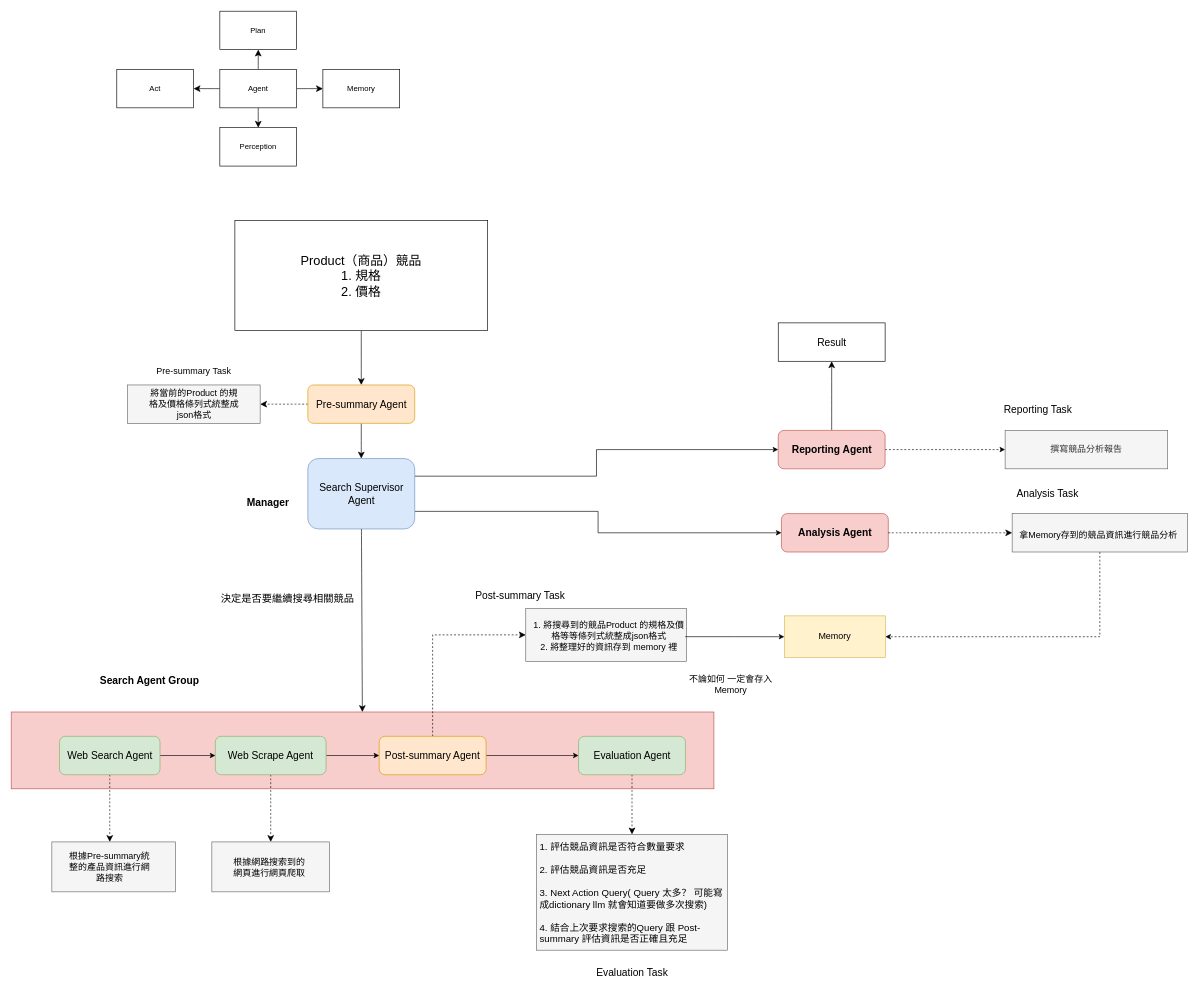
Before: 架構圖/未命名绘图.drawio in YChaoWang/Drawio_backup, a draw.io diagram. Source tidied: cells renumbered, new cells numbered last; positions are measured from the earlier drawing's top-left corner, leaving out a move shared by most shapes. Both pictures are drawn from the tidied source at 64%, with x=0, y=0 at pixel (11, 11).
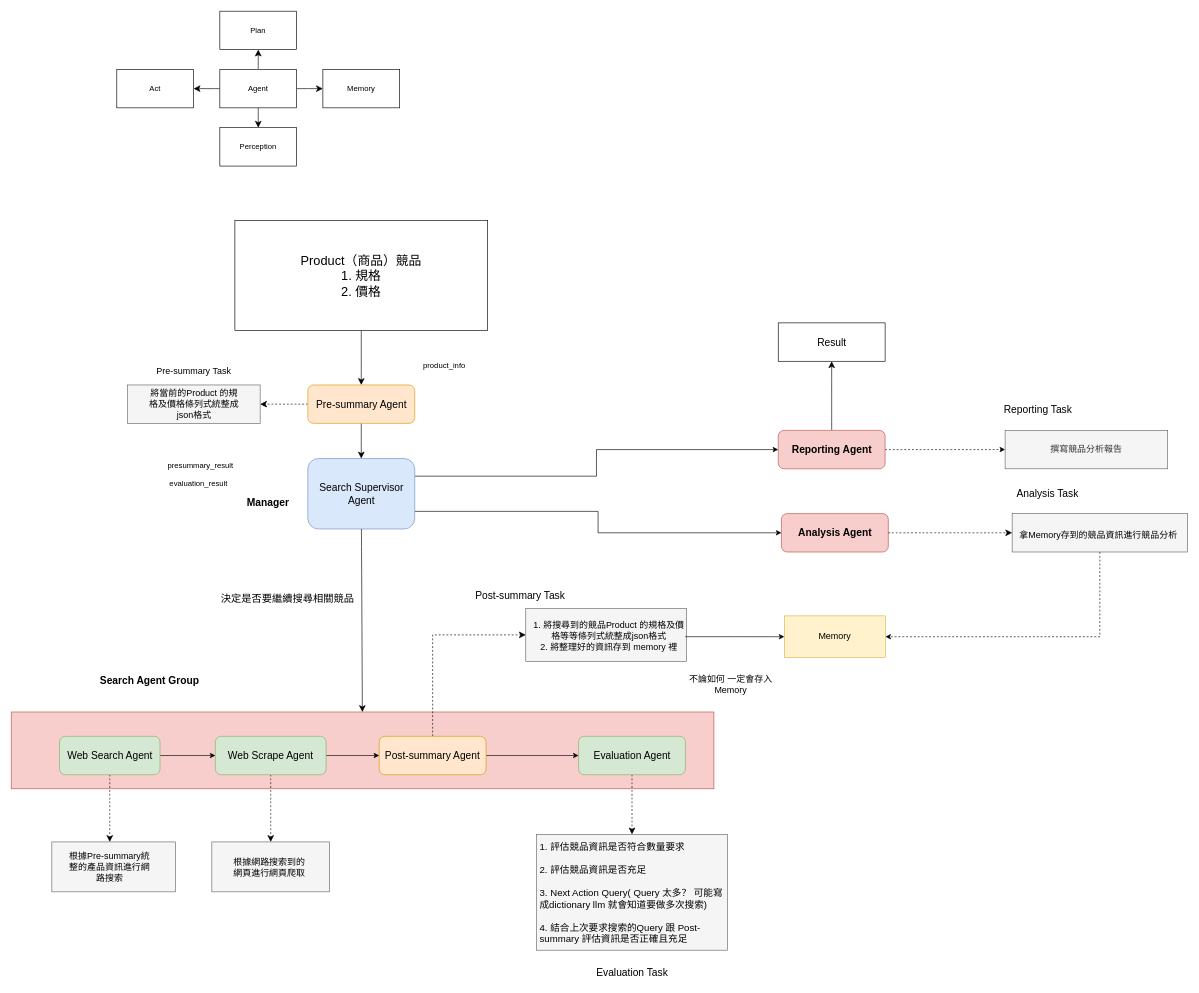
After the change.

Commit message:
更新未命名绘图.drawio

Diff of the diagram source:
```diff
@@
+    <mxCell id="64" value="presummary_result" style="text;html=1;align=center;verticalAlign=middle;whiteSpace=wrap;rounded=0;" parent="1" vertex="1">
+      <mxGeometry x="226" y="695" width="140" height="30" as="geometry" />
+    </mxCell>
+    <mxCell id="65" value="product_info" style="text;html=1;align=center;verticalAlign=middle;whiteSpace=wrap;rounded=0;" parent="1" vertex="1">
+      <mxGeometry x="607" y="539" width="140" height="30" as="geometry" />
+    </mxCell>
+    <mxCell id="66" value="evaluation_result" style="text;html=1;align=center;verticalAlign=middle;whiteSpace=wrap;rounded=0;" parent="1" vertex="1">
+      <mxGeometry x="223" y="723" width="140" height="30" as="geometry" />
+    </mxCell>
```
